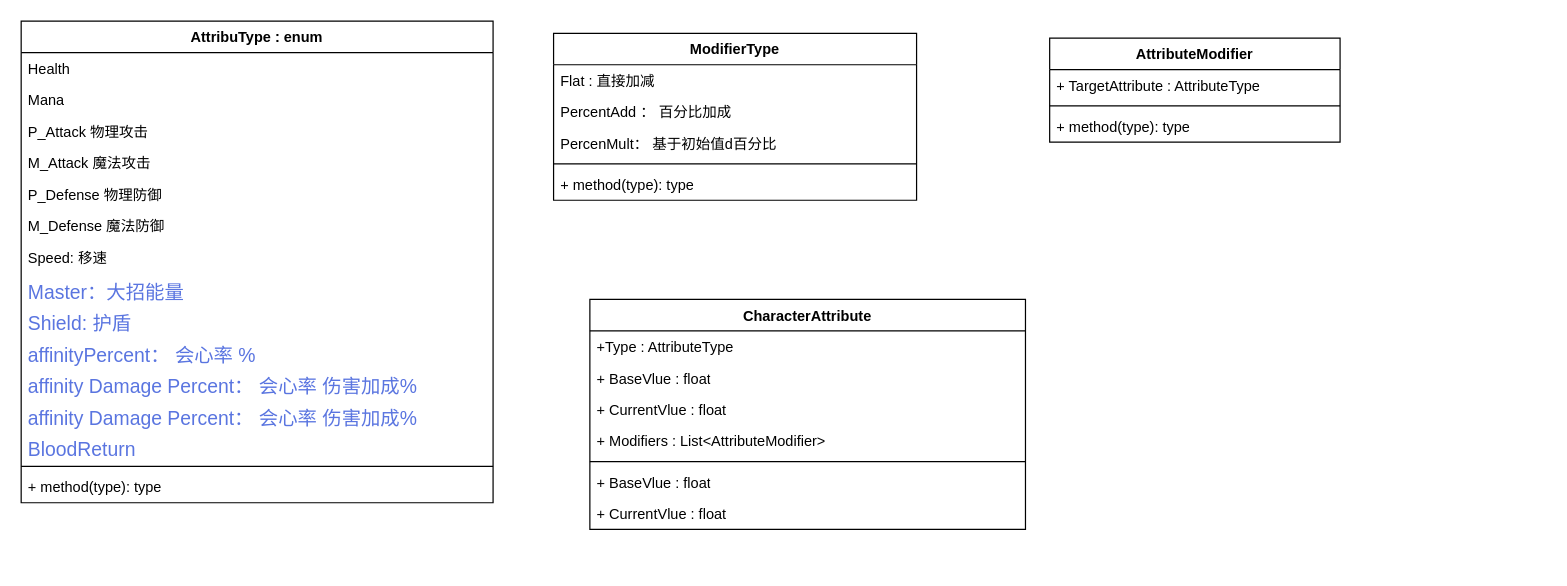
Before: attribute.drawio in QAQSly/QAQSly, a draw.io diagram. Source tidied: cells renumbered, new cells numbered last; positions are measured from the earlier drawing's top-left corner, leaving out a move shared by most shapes. Both pictures are drawn from the tidied source at 121%, with x=0, y=0 at pixel (21, 21).
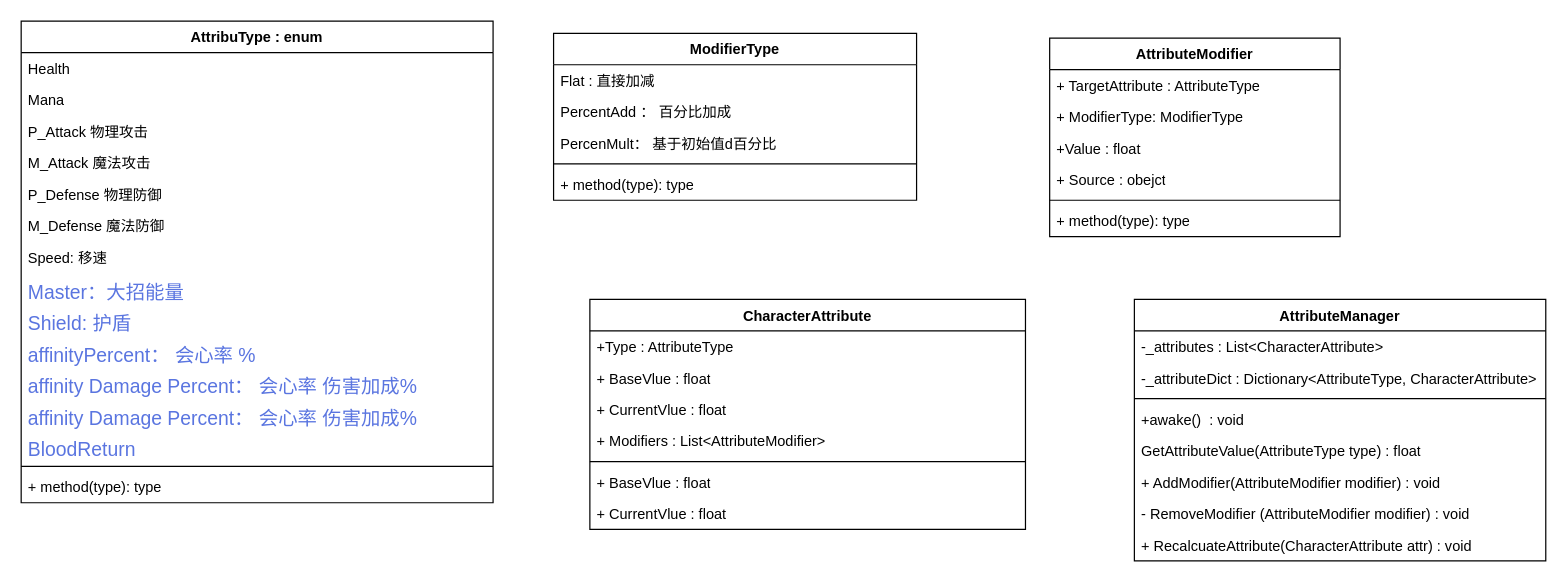
The same diagram, later.

Diff of the diagram source:
```diff
@@
     <mxCell id="32" value="AttributeModifier" style="swimlane;fontStyle=1;align=center;verticalAlign=top;horizontal=1;startSize=26;whiteSpace=wrap;html=1;" parent="1" vertex="1">
-      <mxGeometry x="850" y="14" width="240" height="86" as="geometry" />
+      <mxGeometry x="850" y="14" width="240" height="164" as="geometry" />
     </mxCell>
@@
+    <mxCell id="36" value="+ ModifierType: ModifierType" style="text;strokeColor=none;fillColor=none;align=left;verticalAlign=top;spacingLeft=4;spacingRight=4;overflow=hidden;whiteSpace=wrap;html=1;" parent="32" vertex="1">
+      <mxGeometry y="52" width="240" height="26" as="geometry" />
+    </mxCell>
+    <mxCell id="37" value="+Value : float" style="text;strokeColor=none;fillColor=none;align=left;verticalAlign=top;spacingLeft=4;spacingRight=4;overflow=hidden;whiteSpace=wrap;html=1;" parent="32" vertex="1">
+      <mxGeometry y="78" width="240" height="26" as="geometry" />
+    </mxCell>
+    <mxCell id="38" value="+ Source : obejct" style="text;strokeColor=none;fillColor=none;align=left;verticalAlign=top;spacingLeft=4;spacingRight=4;overflow=hidden;whiteSpace=wrap;html=1;" parent="32" vertex="1">
+      <mxGeometry y="104" width="240" height="26" as="geometry" />
+    </mxCell>
     <mxCell id="34" style="line;strokeWidth=1;fillColor=none;align=left;verticalAlign=middle;spacingTop=-1;spacingLeft=3;spacingRight=3;labelPosition=right;strokeColor=inherit;" parent="32" vertex="1">
-      <mxGeometry y="52" width="240" height="8" as="geometry" />
+      <mxGeometry y="130" width="240" height="8" as="geometry" />
     </mxCell>
     <mxCell id="35" value="+ method(type): type" style="text;strokeColor=none;fillColor=none;align=left;verticalAlign=top;spacingLeft=4;spacingRight=4;overflow=hidden;whiteSpace=wrap;html=1;" parent="32" vertex="1">
-      <mxGeometry y="60" width="240" height="26" as="geometry" />
+      <mxGeometry y="138" width="240" height="26" as="geometry" />
     </mxCell>
+    <mxCell id="39" value="AttributeManager" style="swimlane;fontStyle=1;align=center;verticalAlign=top;horizontal=1;startSize=26;whiteSpace=wrap;html=1;" parent="1" vertex="1">
+      <mxGeometry x="920" y="230" width="340" height="216" as="geometry" />
+    </mxCell>
+    <mxCell id="40" value="-_attributes : List&amp;lt;CharacterAttribute&amp;gt;" style="text;strokeColor=none;fillColor=none;align=left;verticalAlign=top;spacingLeft=4;spacingRight=4;overflow=hidden;whiteSpace=wrap;html=1;" parent="39" vertex="1">
+      <mxGeometry y="26" width="340" height="26" as="geometry" />
+    </mxCell>
+    <mxCell id="41" value="-_attributeDict : Dictionary&amp;lt;AttributeType, CharacterAttribute&amp;gt;" style="text;strokeColor=none;fillColor=none;align=left;verticalAlign=top;spacingLeft=4;spacingRight=4;overflow=hidden;whiteSpace=wrap;html=1;" parent="39" vertex="1">
+      <mxGeometry y="52" width="340" height="26" as="geometry" />
+    </mxCell>
+    <mxCell id="42" style="line;strokeWidth=1;fillColor=none;align=left;verticalAlign=middle;spacingTop=-1;spacingLeft=3;spacingRight=3;labelPosition=right;strokeColor=inherit;" parent="39" vertex="1">
+      <mxGeometry y="78" width="340" height="8" as="geometry" />
+    </mxCell>
+    <mxCell id="43" value="+awake()&amp;nbsp; : void" style="text;strokeColor=none;fillColor=none;align=left;verticalAlign=top;spacingLeft=4;spacingRight=4;overflow=hidden;whiteSpace=wrap;html=1;" parent="39" vertex="1">
+      <mxGeometry y="86" width="340" height="26" as="geometry" />
+    </mxCell>
+    <mxCell id="44" value="GetAttributeValue(AttributeType type) : float" style="text;strokeColor=none;fillColor=none;align=left;verticalAlign=top;spacingLeft=4;spacingRight=4;overflow=hidden;whiteSpace=wrap;html=1;" parent="39" vertex="1">
+      <mxGeometry y="112" width="340" height="26" as="geometry" />
+    </mxCell>
+    <mxCell id="45" value="+ AddModifier(AttributeModifier modifier) : void" style="text;strokeColor=none;fillColor=none;align=left;verticalAlign=top;spacingLeft=4;spacingRight=4;overflow=hidden;whiteSpace=wrap;html=1;" parent="39" vertex="1">
+      <mxGeometry y="138" width="340" height="26" as="geometry" />
+    </mxCell>
+    <mxCell id="46" value="- RemoveModifier (AttributeModifier modifier) : void" style="text;strokeColor=none;fillColor=none;align=left;verticalAlign=top;spacingLeft=4;spacingRight=4;overflow=hidden;whiteSpace=wrap;html=1;" parent="39" vertex="1">
+      <mxGeometry y="164" width="340" height="26" as="geometry" />
+    </mxCell>
+    <mxCell id="47" value="+ RecalcuateAttribute(CharacterAttribute attr) : void" style="text;strokeColor=none;fillColor=none;align=left;verticalAlign=top;spacingLeft=4;spacingRight=4;overflow=hidden;whiteSpace=wrap;html=1;" parent="39" vertex="1">
+      <mxGeometry y="190" width="340" height="26" as="geometry" />
+    </mxCell>
```
